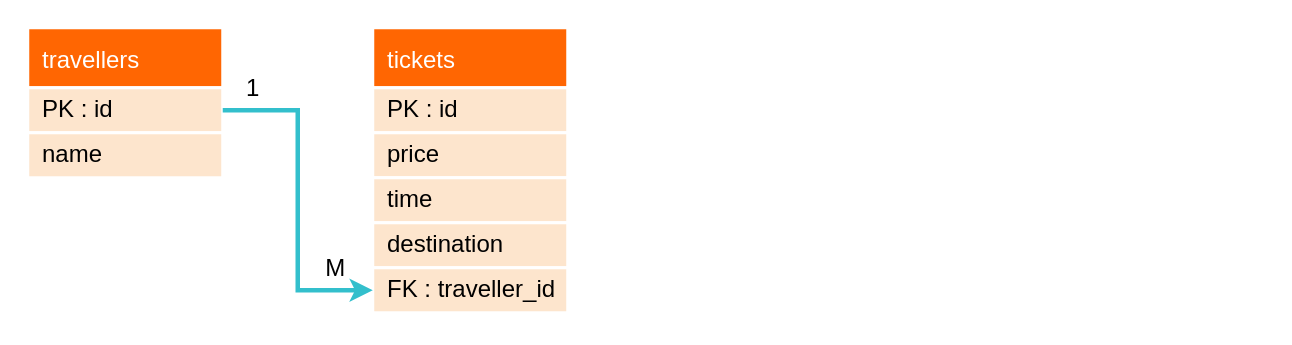
z88243310/bins keeps this draw.io diagram as 活動系統ERD+Schema.drawio. Above is the earlier version. Source tidied: cells renumbered, new cells numbered last; positions are measured from the earlier drawing's top-left corner, leaving out a move shared by most shapes. Both pictures are drawn from the tidied source at 150%, with x=0, y=0 at pixel (27, 27).
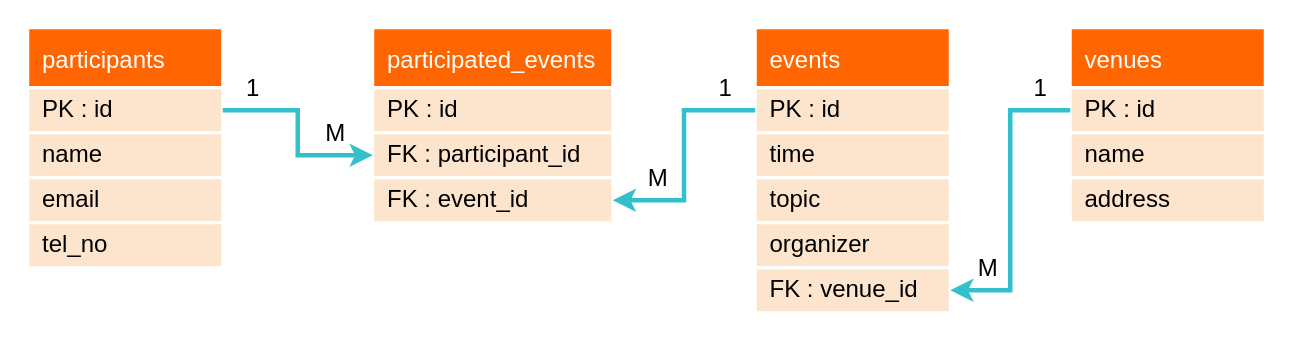
The same page after the edit.

Commit message:
更新活動系統ERD+Schema.drawio

Unchanged cells that the change refers to:
```xml
<mxCell id="3" value="PK : id" style="text;strokeColor=#FFFFFF;fillColor=#FDE5CD;spacingLeft=10;spacingRight=0;overflow=hidden;points=[[0,0.5],[1,0.5]];portConstraint=eastwest;fontSize=16;strokeWidth=2;perimeterSpacing=0;sketch=0;shadow=0;rounded=0;glass=0;spacing=0;fontStyle=0;" parent="2" vertex="1">
  <mxGeometry y="40" width="130" height="30" as="geometry" />
</mxCell>
```

The edit, as a diff of the source:
```diff
@@
-    <mxCell id="2" value="travellers" style="swimlane;fontStyle=0;horizontal=1;startSize=40;align=left;fontSize=16;fontColor=#FFFFFF;fillColor=#FF6602;spacing=0;strokeColor=#FFFFFF;strokeWidth=2;spacingLeft=10;" parent="1" vertex="1">
-      <mxGeometry width="130" height="100" as="geometry" />
+    <mxCell id="2" value="participants" style="swimlane;fontStyle=0;horizontal=1;startSize=40;align=left;fontSize=16;fontColor=#FFFFFF;fillColor=#FF6602;spacing=0;strokeColor=#FFFFFF;strokeWidth=2;spacingLeft=10;" parent="1" vertex="1">
+      <mxGeometry width="130" height="160" as="geometry" />
     </mxCell>
@@
+    <mxCell id="14" value="email" style="text;strokeColor=#FFFFFF;fillColor=#FDE5CD;spacingLeft=10;spacingRight=0;overflow=hidden;fontSize=16;strokeWidth=2;sketch=0;shadow=0;rounded=0;glass=0;spacing=0;" parent="2" vertex="1">
+      <mxGeometry y="100" width="130" height="30" as="geometry" />
+    </mxCell>
+    <mxCell id="15" value="tel_no" style="text;strokeColor=#FFFFFF;fillColor=#FDE5CD;spacingLeft=10;spacingRight=0;overflow=hidden;fontSize=16;strokeWidth=2;sketch=0;shadow=0;rounded=0;glass=0;spacing=0;" parent="2" vertex="1">
+      <mxGeometry y="130" width="130" height="30" as="geometry" />
+    </mxCell>
-    <mxCell id="5" value="tickets" style="swimlane;fontStyle=0;horizontal=1;startSize=40;align=left;fontSize=16;fontColor=#FFFFFF;fillColor=#FF6602;spacing=0;strokeColor=#FFFFFF;strokeWidth=2;spacingLeft=10;" parent="1" vertex="1">
-      <mxGeometry x="230" width="130" height="190" as="geometry" />
+    <mxCell id="5" value="participated_events" style="swimlane;fontStyle=0;horizontal=1;startSize=40;align=left;fontSize=16;fontColor=#FFFFFF;fillColor=#FF6602;spacing=0;strokeColor=#FFFFFF;strokeWidth=2;spacingLeft=10;" parent="1" vertex="1">
+      <mxGeometry x="230" width="160" height="130" as="geometry" />
     </mxCell>
     <mxCell id="6" value="PK : id" style="text;strokeColor=#FFFFFF;fillColor=#FDE5CD;spacingLeft=10;spacingRight=0;overflow=hidden;fontSize=16;strokeWidth=2;perimeterSpacing=0;sketch=0;shadow=0;rounded=0;glass=0;spacing=0;fontStyle=0;" parent="5" vertex="1">
-      <mxGeometry y="40" width="130" height="30" as="geometry" />
+      <mxGeometry y="40" width="160" height="30" as="geometry" />
     </mxCell>
-    <mxCell id="7" value="price" style="text;strokeColor=#FFFFFF;fillColor=#FDE5CD;spacingLeft=10;spacingRight=0;overflow=hidden;fontSize=16;strokeWidth=2;sketch=0;shadow=0;rounded=0;glass=0;spacing=0;" parent="5" vertex="1">
-      <mxGeometry y="70" width="130" height="30" as="geometry" />
-    </mxCell>
-    <mxCell id="8" value="time" style="text;strokeColor=#FFFFFF;fillColor=#FDE5CD;spacingLeft=10;spacingRight=0;overflow=hidden;fontSize=16;strokeWidth=2;sketch=0;shadow=0;rounded=0;glass=0;spacing=0;" parent="5" vertex="1">
-      <mxGeometry y="100" width="130" height="30" as="geometry" />
-    </mxCell>
-    <mxCell id="9" value="destination" style="text;strokeColor=#FFFFFF;fillColor=#FDE5CD;spacingLeft=10;spacingRight=0;overflow=hidden;points=[[0,0.5],[1,0.5]];portConstraint=eastwest;fontSize=16;strokeWidth=2;sketch=0;shadow=0;rounded=0;glass=0;spacing=0;" parent="5" vertex="1">
-      <mxGeometry y="130" width="130" height="30" as="geometry" />
+    <mxCell id="9" value="FK : participant_id" style="text;strokeColor=#FFFFFF;fillColor=#FDE5CD;spacingLeft=10;spacingRight=0;overflow=hidden;points=[[0,0.5],[1,0.5]];portConstraint=eastwest;fontSize=16;strokeWidth=2;sketch=0;shadow=0;rounded=0;glass=0;spacing=0;" parent="5" vertex="1">
+      <mxGeometry y="70" width="160" height="30" as="geometry" />
     </mxCell>
-    <mxCell id="10" value="FK : traveller_id" style="text;strokeColor=#FFFFFF;fillColor=#FDE5CD;spacingLeft=10;spacingRight=0;overflow=hidden;points=[[0,0.5],[1,0.5]];portConstraint=eastwest;fontSize=16;strokeWidth=2;sketch=0;shadow=0;rounded=0;glass=0;spacing=0;" parent="5" vertex="1">
-      <mxGeometry y="160" width="130" height="30" as="geometry" />
+    <mxCell id="10" value="FK : event_id" style="text;strokeColor=#FFFFFF;fillColor=#FDE5CD;spacingLeft=10;spacingRight=0;overflow=hidden;points=[[0,0.5],[1,0.5]];portConstraint=eastwest;fontSize=16;strokeWidth=2;sketch=0;shadow=0;rounded=0;glass=0;spacing=0;" parent="5" vertex="1">
+      <mxGeometry y="100" width="160" height="30" as="geometry" />
     </mxCell>
-    <mxCell id="11" style="edgeStyle=orthogonalEdgeStyle;rounded=0;jettySize=auto;html=1;fontSize=16;fontColor=#FFFFFF;strokeWidth=3;strokeColor=#33BFCC;" parent="1" edge="1" source="3" target="10">
+    <mxCell id="11" style="edgeStyle=orthogonalEdgeStyle;rounded=0;jettySize=auto;html=1;fontSize=16;fontColor=#FFFFFF;strokeWidth=3;strokeColor=#33BFCC;entryX=0;entryY=0.5;entryDx=0;entryDy=0;" parent="1" edge="1" source="3" target="9">
       <mxGeometry relative="1" as="geometry" />
     </mxCell>
@@
     <mxCell id="13" value="M" style="text;html=1;align=center;verticalAlign=middle;strokeColor=none;fillColor=none;fontSize=16;fontColor=#000000;" parent="1" vertex="1">
-      <mxGeometry x="190" y="150" width="30" height="20" as="geometry" />
+      <mxGeometry x="190" y="60" width="30" height="20" as="geometry" />
     </mxCell>
+    <mxCell id="16" value="events" style="swimlane;fontStyle=0;horizontal=1;startSize=40;align=left;fontSize=16;fontColor=#FFFFFF;fillColor=#FF6602;spacing=0;strokeColor=#FFFFFF;strokeWidth=2;spacingLeft=10;" parent="1" vertex="1">
+      <mxGeometry x="485" width="130" height="190" as="geometry" />
+    </mxCell>
+    <mxCell id="17" value="PK : id" style="text;strokeColor=#FFFFFF;fillColor=#FDE5CD;spacingLeft=10;spacingRight=0;overflow=hidden;points=[[0,0.5],[1,0.5]];portConstraint=eastwest;fontSize=16;strokeWidth=2;perimeterSpacing=0;sketch=0;shadow=0;rounded=0;glass=0;spacing=0;fontStyle=0;" parent="16" vertex="1">
+      <mxGeometry y="40" width="130" height="30" as="geometry" />
+    </mxCell>
+    <mxCell id="8" value="time" style="text;strokeColor=#FFFFFF;fillColor=#FDE5CD;spacingLeft=10;spacingRight=0;overflow=hidden;fontSize=16;strokeWidth=2;sketch=0;shadow=0;rounded=0;glass=0;spacing=0;" parent="16" vertex="1">
+      <mxGeometry y="70" width="130" height="30" as="geometry" />
+    </mxCell>
+    <mxCell id="18" value="topic" style="text;strokeColor=#FFFFFF;fillColor=#FDE5CD;spacingLeft=10;spacingRight=0;overflow=hidden;fontSize=16;strokeWidth=2;sketch=0;shadow=0;rounded=0;glass=0;spacing=0;" parent="16" vertex="1">
+      <mxGeometry y="100" width="130" height="30" as="geometry" />
+    </mxCell>
+    <mxCell id="19" value="organizer" style="text;strokeColor=#FFFFFF;fillColor=#FDE5CD;spacingLeft=10;spacingRight=0;overflow=hidden;fontSize=16;strokeWidth=2;sketch=0;shadow=0;rounded=0;glass=0;spacing=0;" parent="16" vertex="1">
+      <mxGeometry y="130" width="130" height="30" as="geometry" />
+    </mxCell>
+    <mxCell id="20" value="FK : venue_id" style="text;strokeColor=#FFFFFF;fillColor=#FDE5CD;spacingLeft=10;spacingRight=0;overflow=hidden;points=[[0,0.5],[1,0.5]];portConstraint=eastwest;fontSize=16;strokeWidth=2;sketch=0;shadow=0;rounded=0;glass=0;spacing=0;" parent="16" vertex="1">
+      <mxGeometry y="160" width="130" height="30" as="geometry" />
+    </mxCell>
+    <mxCell id="21" style="edgeStyle=orthogonalEdgeStyle;rounded=0;jettySize=auto;html=1;fontSize=16;fontColor=#FFFFFF;strokeWidth=3;strokeColor=#33BFCC;exitX=0;exitY=0.5;exitDx=0;exitDy=0;entryX=1;entryY=0.5;entryDx=0;entryDy=0;" parent="1" edge="1" source="17" target="10">
+      <mxGeometry relative="1" as="geometry" />
+    </mxCell>
+    <mxCell id="22" value="M" style="text;html=1;align=center;verticalAlign=middle;strokeColor=none;fillColor=none;fontSize=16;fontColor=#000000;" parent="1" vertex="1">
+      <mxGeometry x="405" y="90" width="30" height="20" as="geometry" />
+    </mxCell>
+    <mxCell id="23" value="1" style="text;html=1;align=center;verticalAlign=middle;strokeColor=none;fillColor=none;fontSize=16;fontColor=#000000;" parent="1" vertex="1">
+      <mxGeometry x="455" y="30" width="20" height="20" as="geometry" />
+    </mxCell>
+    <mxCell id="24" value="venues" style="swimlane;fontStyle=0;horizontal=1;startSize=40;align=left;fontSize=16;fontColor=#FFFFFF;fillColor=#FF6602;spacing=0;strokeColor=#FFFFFF;strokeWidth=2;spacingLeft=10;" parent="1" vertex="1">
+      <mxGeometry x="695" width="130" height="130" as="geometry" />
+    </mxCell>
+    <mxCell id="25" value="PK : id" style="text;strokeColor=#FFFFFF;fillColor=#FDE5CD;spacingLeft=10;spacingRight=0;overflow=hidden;points=[[0,0.5],[1,0.5]];portConstraint=eastwest;fontSize=16;strokeWidth=2;perimeterSpacing=0;sketch=0;shadow=0;rounded=0;glass=0;spacing=0;fontStyle=0;" parent="24" vertex="1">
+      <mxGeometry y="40" width="130" height="30" as="geometry" />
+    </mxCell>
+    <mxCell id="26" value="name    " style="text;strokeColor=#FFFFFF;fillColor=#FDE5CD;spacingLeft=10;spacingRight=0;overflow=hidden;fontSize=16;strokeWidth=2;sketch=0;shadow=0;rounded=0;glass=0;spacing=0;" parent="24" vertex="1">
+      <mxGeometry y="70" width="130" height="30" as="geometry" />
+    </mxCell>
+    <mxCell id="27" value="address" style="text;strokeColor=#FFFFFF;fillColor=#FDE5CD;spacingLeft=10;spacingRight=0;overflow=hidden;fontSize=16;strokeWidth=2;sketch=0;shadow=0;rounded=0;glass=0;spacing=0;" parent="24" vertex="1">
+      <mxGeometry y="100" width="130" height="30" as="geometry" />
+    </mxCell>
+    <mxCell id="28" style="edgeStyle=orthogonalEdgeStyle;rounded=0;jettySize=auto;html=1;fontSize=16;fontColor=#FFFFFF;strokeWidth=3;strokeColor=#33BFCC;entryX=1;entryY=0.5;entryDx=0;entryDy=0;exitX=0;exitY=0.5;exitDx=0;exitDy=0;" parent="1" edge="1" source="25" target="20">
+      <mxGeometry relative="1" as="geometry" />
+    </mxCell>
+    <mxCell id="29" value="M" style="text;html=1;align=center;verticalAlign=middle;strokeColor=none;fillColor=none;fontSize=16;fontColor=#000000;" parent="1" vertex="1">
+      <mxGeometry x="625" y="150" width="30" height="20" as="geometry" />
+    </mxCell>
+    <mxCell id="30" value="1" style="text;html=1;align=center;verticalAlign=middle;strokeColor=none;fillColor=none;fontSize=16;fontColor=#000000;" parent="1" vertex="1">
+      <mxGeometry x="665" y="30" width="20" height="20" as="geometry" />
+    </mxCell>
```
